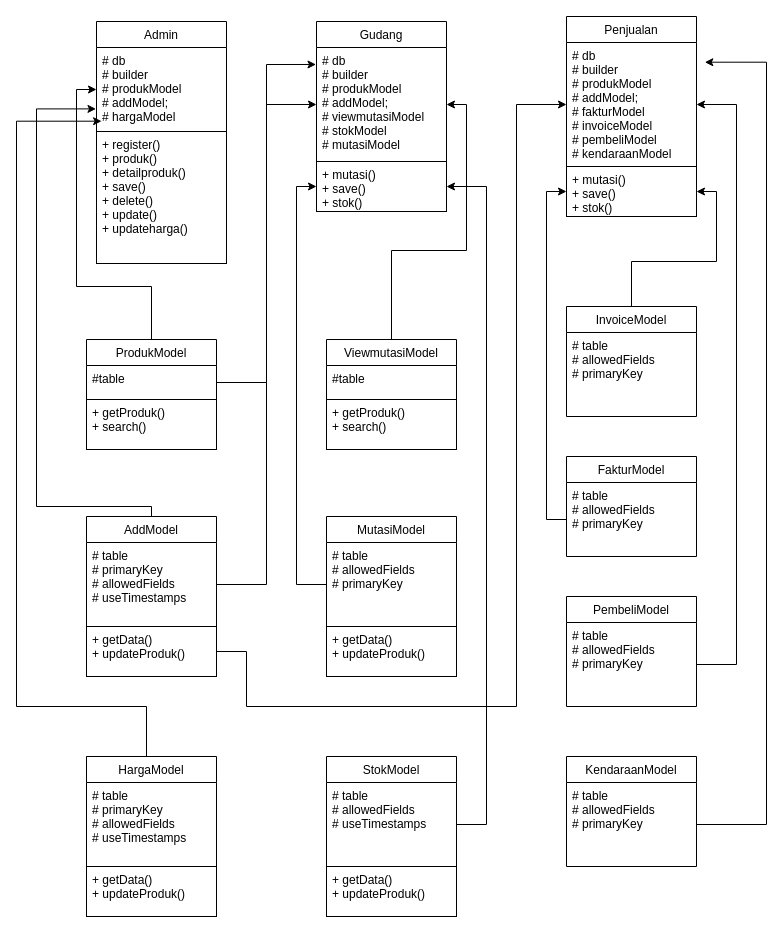
This is Untitled Diagram.drawio from Jezreeldv/ArsipSurat, a draw.io file, before an edit. Source tidied: cells renumbered, new cells numbered last; positions are measured from the earlier drawing's top-left corner, leaving out a move shared by most shapes. Both pictures are drawn from the tidied source at 100%, with x=0, y=0 at pixel (16, 16).
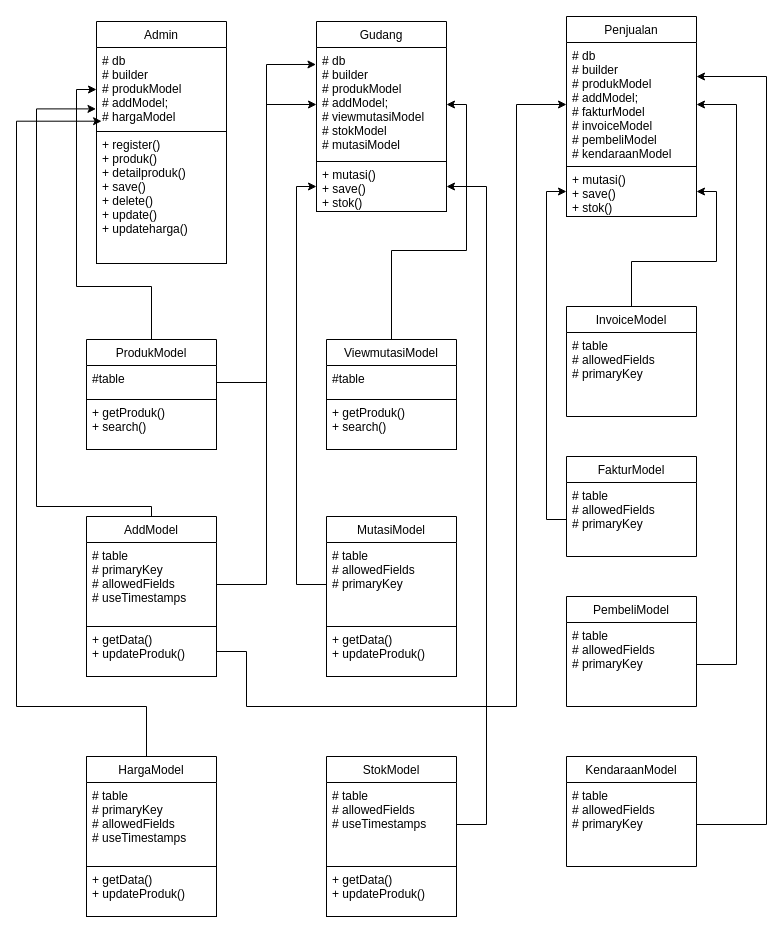
The same diagram, later.

The change refers to these unchanged cells:
```xml
<mxCell id="9" value="# db&#10;# builder&#10;# produkModel&#10;# addModel;&#10;# fakturModel&#10;# invoiceModel&#10;# pembeliModel&#10;# kendaraanModel" style="text;strokeColor=none;fillColor=none;align=left;verticalAlign=top;spacingLeft=4;spacingRight=4;overflow=hidden;points=[[0,0.5],[1,0.5]];portConstraint=eastwest;" parent="8" vertex="1">
  <mxGeometry y="26" width="130" height="124" as="geometry" />
</mxCell>
<mxCell id="32" value="# table&#10;# allowedFields&#10;# primaryKey" style="text;strokeColor=none;fillColor=none;align=left;verticalAlign=top;spacingLeft=4;spacingRight=4;overflow=hidden;points=[[0,0.5],[1,0.5]];portConstraint=eastwest;" parent="31" vertex="1">
  <mxGeometry y="26" width="130" height="84" as="geometry" />
</mxCell>
```

Diff of the diagram source:
```diff
@@
-    <mxCell id="49" style="edgeStyle=orthogonalEdgeStyle;rounded=0;jettySize=auto;html=1;exitX=1;exitY=0.5;exitDx=0;exitDy=0;entryX=1.064;entryY=0.159;entryDx=0;entryDy=0;entryPerimeter=0;" parent="1" edge="1" source="32" target="9">
+    <mxCell id="49" style="edgeStyle=orthogonalEdgeStyle;rounded=0;jettySize=auto;html=1;exitX=1;exitY=0.5;exitDx=0;exitDy=0;" parent="1" edge="1" source="32" target="9">
       <mxGeometry relative="1" as="geometry">
         <Array as="points">
           <mxPoint x="750" y="808" />
-          <mxPoint x="750" y="46" />
+          <mxPoint x="750" y="60" />
         </Array>
       </mxGeometry>
     </mxCell>
```
